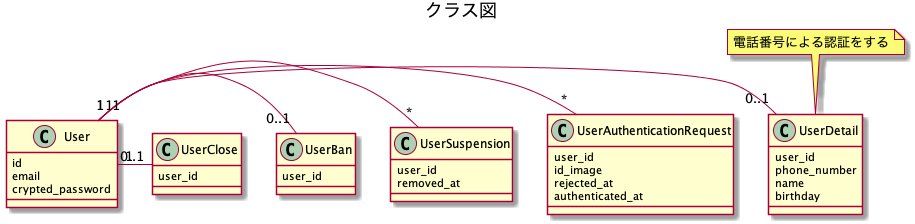
This is out/docs/diagrams/src/class/クラス図.png from nagamoto/state-machine-sample, a PlantUML export, as it was before one commit.
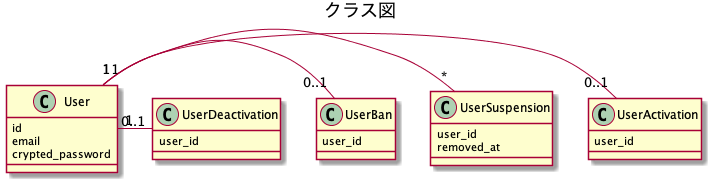
After the change.

Commit message:
クラス図を簡略化

Change to the diagram source:
```diff
@@ -7,18 +7,8 @@
   crypted_password
 }
 
-class UserDetail {
+class UserActivation {
   user_id
-  phone_number
-  name
-  birthday
-}
-
-class UserAuthenticationRequest {
-  user_id
-  id_image
-  rejected_at
-  authenticated_at
 }
 
 class UserSuspension {
@@ -30,18 +20,13 @@
   user_id
 }
 
-class UserClose {
+class UserDeactivation {
   user_id
 }
 
-note top of UserDetail
-  電話番号による認証をする
-end note
-
-User "1" - "0..1" UserDetail
-User "1" - "*" UserAuthenticationRequest
+User "1" - "0..1" UserActivation
 User "1" - "*" UserSuspension
 User "1" - "0..1" UserBan
-User "1" - "0..1" UserClose
+User "1" - "0..1" UserDeactivation
 
 @enduml
```
